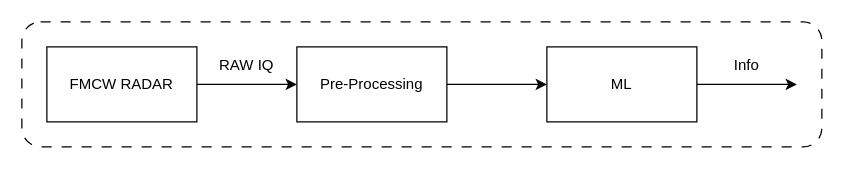
Mikkelnn/ESD7-Project keeps this draw.io diagram as figures/systemDesign/overview/projectProposalSystemOverview.drawio. Above is the earlier version. Source tidied: cells renumbered, new cells numbered last; positions are measured from the earlier drawing's top-left corner, leaving out a move shared by most shapes. Both pictures are drawn from the tidied source at 125%, with x=0, y=0 at pixel (21, 21).
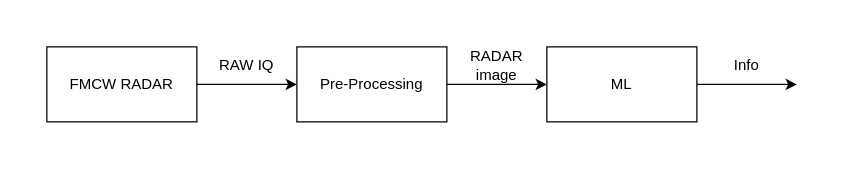
The same page after the edit.

The edit, as a diff of the source:
```diff
@@
 <mxGraphModel>
   <root>
     <mxCell id="0" />
     <mxCell id="1" parent="0" />
     <mxCell id="2" style="edgeStyle=orthogonalEdgeStyle;rounded=0;jettySize=auto;html=1;fontFamily=Project Font;" parent="1" edge="1" source="3" target="5">
       <mxGeometry relative="1" as="geometry" />
     </mxCell>
     <mxCell id="3" value="FMCW RADAR" style="rounded=0;whiteSpace=wrap;html=1;fontFamily=Project Font;" parent="1" vertex="1">
       <mxGeometry x="20" y="20" width="120" height="60" as="geometry" />
     </mxCell>
     <mxCell id="4" style="edgeStyle=orthogonalEdgeStyle;rounded=0;jettySize=auto;html=1;fontFamily=Project Font;" parent="1" edge="1" source="5" target="6">
       <mxGeometry relative="1" as="geometry" />
     </mxCell>
     <mxCell id="5" value="Pre-Processing" style="rounded=0;whiteSpace=wrap;html=1;fontFamily=Project Font;" parent="1" vertex="1">
       <mxGeometry x="220" y="20" width="120" height="60" as="geometry" />
     </mxCell>
     <mxCell id="6" value="ML" style="rounded=0;whiteSpace=wrap;html=1;fontFamily=Project Font;" parent="1" vertex="1">
       <mxGeometry x="420" y="20" width="120" height="60" as="geometry" />
     </mxCell>
     <mxCell id="7" value="RAW IQ" style="text;html=1;whiteSpace=wrap;strokeColor=none;fillColor=none;align=center;verticalAlign=middle;rounded=0;fontFamily=Project Font;" parent="1" vertex="1">
       <mxGeometry x="150" y="20" width="60" height="30" as="geometry" />
     </mxCell>
     <mxCell id="8" style="edgeStyle=orthogonalEdgeStyle;rounded=0;orthogonalLoop=1;jettySize=auto;html=1;fontFamily=Project Font;" parent="1" edge="1">
       <mxGeometry relative="1" as="geometry">
         <mxPoint x="540" y="50" as="sourcePoint" />
         <mxPoint x="620" y="50" as="targetPoint" />
       </mxGeometry>
     </mxCell>
     <mxCell id="9" value="Info" style="text;html=1;whiteSpace=wrap;strokeColor=none;fillColor=none;align=center;verticalAlign=middle;rounded=0;fontFamily=Project Font;" parent="1" vertex="1">
       <mxGeometry x="550" y="20" width="60" height="30" as="geometry" />
     </mxCell>
-    <mxCell id="10" style="rounded=1;whiteSpace=wrap;html=1;fillColor=none;dashed=1;dashPattern=8 8;fontFamily=Project Font;" parent="1" vertex="1">
-      <mxGeometry width="640" height="100" as="geometry" />
-    </mxCell>
+    <mxCell id="11" value="RADAR image" style="text;html=1;whiteSpace=wrap;strokeColor=none;fillColor=none;align=center;verticalAlign=middle;rounded=0;" parent="1" vertex="1">
+      <mxGeometry x="350" y="20" width="60" height="30" as="geometry" />
+    </mxCell>
   </root>
 </mxGraphModel>
```
